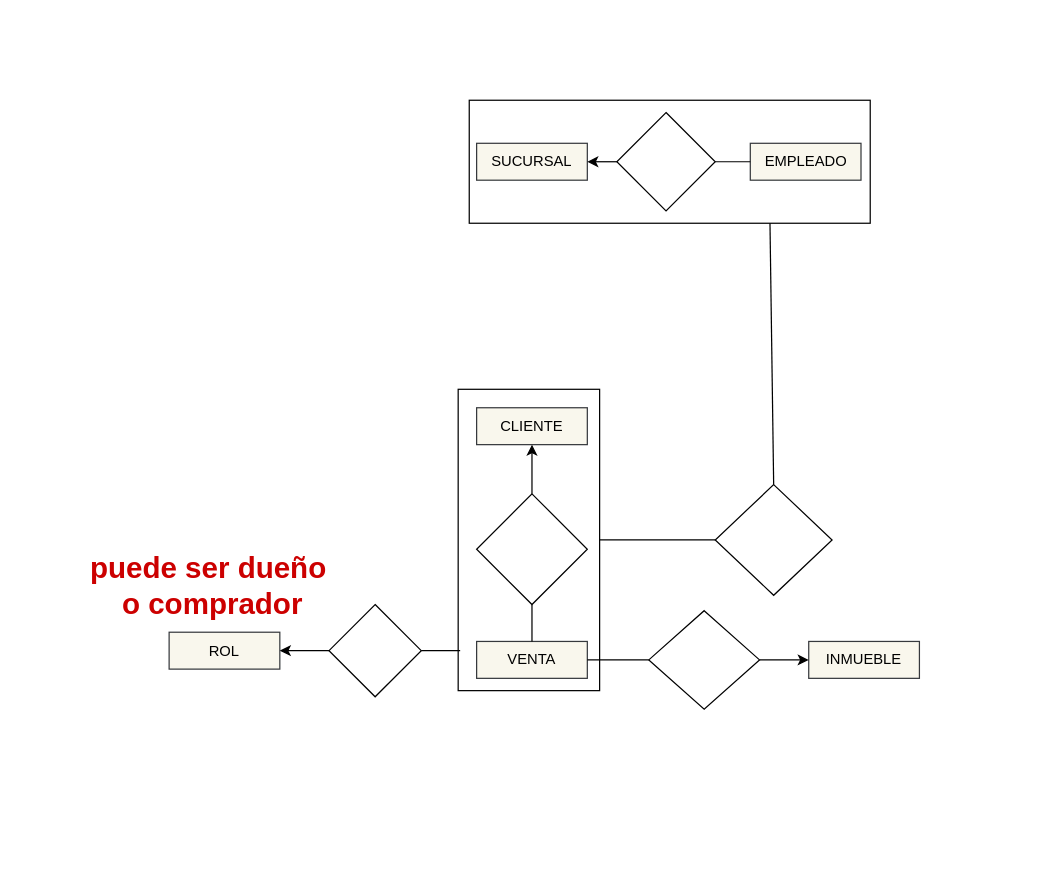
Above: INMUEBLE.drawio in hachazo/db-Tp1 (draw.io), before the change. Source tidied: cells renumbered, new cells numbered last; positions are measured from the earlier drawing's top-left corner, leaving out a move shared by most shapes. Both pictures are drawn from the tidied source at 123%, with x=0, y=0 at pixel (82, 100).
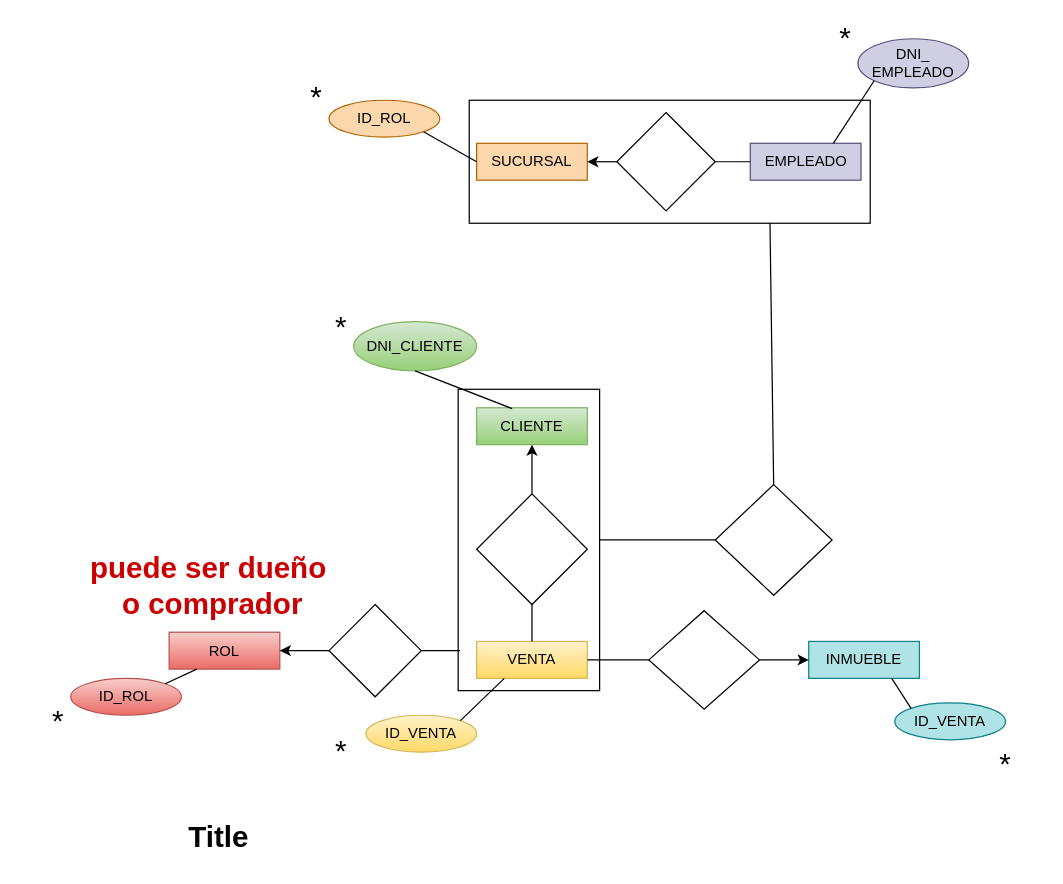
Above is the later version.

The edit, as a diff of the source:
```diff
@@
-    <mxCell id="4" value="&lt;font color=&quot;#000000&quot;&gt;CLIENTE&lt;/font&gt;" style="rounded=0;whiteSpace=wrap;html=1;fillColor=#f9f7ed;strokeColor=#36393d;" parent="1" vertex="1">
+    <mxCell id="4" value="&lt;font color=&quot;#000000&quot;&gt;CLIENTE&lt;/font&gt;" style="rounded=0;whiteSpace=wrap;html=1;fillColor=#d5e8d4;strokeColor=#82b366;gradientColor=#97d077;" parent="1" vertex="1">
       <mxGeometry x="320" y="250" width="90" height="30" as="geometry" />
     </mxCell>
-    <mxCell id="5" value="&lt;font color=&quot;#000000&quot;&gt;VENTA&lt;/font&gt;" style="rounded=0;whiteSpace=wrap;html=1;fillColor=#f9f7ed;strokeColor=#36393d;" parent="1" vertex="1">
+    <mxCell id="5" value="&lt;font color=&quot;#000000&quot;&gt;VENTA&lt;/font&gt;" style="rounded=0;whiteSpace=wrap;html=1;fillColor=#fff2cc;strokeColor=#d6b656;gradientColor=#ffd966;" parent="1" vertex="1">
       <mxGeometry x="320" y="440" width="90" height="30" as="geometry" />
     </mxCell>
@@
-    <mxCell id="9" value="&lt;font color=&quot;#000000&quot;&gt;INMUEBLE&lt;/font&gt;" style="rounded=0;whiteSpace=wrap;html=1;fillColor=#f9f7ed;strokeColor=#36393d;" parent="1" vertex="1">
+    <mxCell id="9" value="&lt;font color=&quot;#000000&quot;&gt;INMUEBLE&lt;/font&gt;" style="rounded=0;whiteSpace=wrap;html=1;fillColor=#b0e3e6;strokeColor=#0e8088;" parent="1" vertex="1">
       <mxGeometry x="590" y="440" width="90" height="30" as="geometry" />
     </mxCell>
@@
-    <mxCell id="12" value="&lt;font color=&quot;#000000&quot;&gt;EMPLEADO&lt;/font&gt;" style="rounded=0;whiteSpace=wrap;html=1;fillColor=#f9f7ed;strokeColor=#36393d;" parent="1" vertex="1">
+    <mxCell id="12" value="&lt;font color=&quot;#000000&quot;&gt;EMPLEADO&lt;/font&gt;" style="rounded=0;whiteSpace=wrap;html=1;fillColor=#d0cee2;strokeColor=#56517e;" parent="1" vertex="1">
       <mxGeometry x="542.5" y="35" width="90" height="30" as="geometry" />
     </mxCell>
-    <mxCell id="13" value="&lt;font color=&quot;#000000&quot;&gt;SUCURSAL&lt;/font&gt;" style="rounded=0;whiteSpace=wrap;html=1;fillColor=#f9f7ed;strokeColor=#36393d;" parent="1" vertex="1">
+    <mxCell id="13" value="&lt;font color=&quot;#000000&quot;&gt;SUCURSAL&lt;/font&gt;" style="rounded=0;whiteSpace=wrap;html=1;fillColor=#fad7ac;strokeColor=#b46504;" parent="1" vertex="1">
       <mxGeometry x="320" y="35" width="90" height="30" as="geometry" />
     </mxCell>
@@
-    <mxCell id="18" value="&lt;font color=&quot;#000000&quot;&gt;ROL&lt;/font&gt;" style="rounded=0;whiteSpace=wrap;html=1;fillColor=#f9f7ed;strokeColor=#36393d;" parent="1" vertex="1">
+    <mxCell id="18" value="&lt;font color=&quot;#000000&quot;&gt;ROL&lt;/font&gt;" style="rounded=0;whiteSpace=wrap;html=1;fillColor=#f8cecc;strokeColor=#b85450;gradientColor=#ea6b66;" parent="1" vertex="1">
       <mxGeometry x="70" y="432.5" width="90" height="30" as="geometry" />
     </mxCell>
@@
+    <mxCell id="26" value="Title" style="text;strokeColor=none;fillColor=none;html=1;fontSize=24;fontStyle=1;verticalAlign=middle;align=center;" parent="1" vertex="1">
+      <mxGeometry x="60" y="580" width="100" height="40" as="geometry" />
+    </mxCell>
+    <mxCell id="27" value="&lt;font color=&quot;#000000&quot;&gt;DNI_CLIENTE&lt;/font&gt;" style="ellipse;whiteSpace=wrap;html=1;fillColor=#d5e8d4;strokeColor=#82b366;gradientColor=#97d077;" parent="1" vertex="1">
+      <mxGeometry x="220" y="180" width="100" height="40" as="geometry" />
+    </mxCell>
+    <mxCell id="28" value="&lt;font style=&quot;font-size: 24px;&quot;&gt;*&lt;/font&gt;" style="text;html=1;align=center;verticalAlign=middle;whiteSpace=wrap;rounded=0;" parent="1" vertex="1">
+      <mxGeometry x="180" y="170" width="60" height="30" as="geometry" />
+    </mxCell>
+    <mxCell id="29" style="endArrow=none;html=1;rounded=0;entryX=0.5;entryY=1;entryDx=0;entryDy=0;exitX=0.32;exitY=0.022;exitDx=0;exitDy=0;exitPerimeter=0;" parent="1" edge="1" source="4" target="27">
+      <mxGeometry relative="1" as="geometry" />
+    </mxCell>
+    <mxCell id="30" value="&lt;font color=&quot;#000000&quot;&gt;ID_VENTA&lt;/font&gt;" style="ellipse;whiteSpace=wrap;html=1;fillColor=#fff2cc;strokeColor=#d6b656;gradientColor=#ffd966;" parent="1" vertex="1">
+      <mxGeometry x="230" y="500" width="90" height="30" as="geometry" />
+    </mxCell>
+    <mxCell id="31" value="&lt;font style=&quot;font-size: 24px;&quot;&gt;*&lt;/font&gt;" style="text;html=1;align=center;verticalAlign=middle;whiteSpace=wrap;rounded=0;" parent="1" vertex="1">
+      <mxGeometry x="180" y="520" width="60" height="20" as="geometry" />
+    </mxCell>
+    <mxCell id="32" style="endArrow=none;html=1;rounded=0;exitX=1;exitY=0;exitDx=0;exitDy=0;entryX=0.25;entryY=1;entryDx=0;entryDy=0;" parent="1" edge="1" source="30" target="5">
+      <mxGeometry relative="1" as="geometry" />
+    </mxCell>
+    <mxCell id="33" value="&lt;font color=&quot;#000000&quot;&gt;ID_ROL&lt;/font&gt;" style="ellipse;whiteSpace=wrap;html=1;fillColor=#f8cecc;strokeColor=#b85450;gradientColor=#ea6b66;" parent="1" vertex="1">
+      <mxGeometry x="-10" y="470" width="90" height="30" as="geometry" />
+    </mxCell>
+    <mxCell id="34" value="&lt;font style=&quot;font-size: 24px;&quot;&gt;*&lt;/font&gt;" style="text;html=1;align=center;verticalAlign=middle;whiteSpace=wrap;rounded=0;" parent="1" vertex="1">
+      <mxGeometry x="-50" y="495" width="60" height="20" as="geometry" />
+    </mxCell>
+    <mxCell id="35" style="endArrow=none;html=1;rounded=0;entryX=0.25;entryY=1;entryDx=0;entryDy=0;exitX=1;exitY=0;exitDx=0;exitDy=0;" parent="1" edge="1" source="33" target="18">
+      <mxGeometry relative="1" as="geometry" />
+    </mxCell>
+    <mxCell id="36" value="&lt;font color=&quot;#000000&quot;&gt;ID_VENTA&lt;/font&gt;" style="ellipse;whiteSpace=wrap;html=1;fillColor=#b0e3e6;strokeColor=#0e8088;" parent="1" vertex="1">
+      <mxGeometry x="660" y="490" width="90" height="30" as="geometry" />
+    </mxCell>
+    <mxCell id="37" value="&lt;font style=&quot;font-size: 24px;&quot;&gt;*&lt;/font&gt;" style="text;html=1;align=center;verticalAlign=middle;whiteSpace=wrap;rounded=0;" parent="1" vertex="1">
+      <mxGeometry x="720" y="530" width="60" height="20" as="geometry" />
+    </mxCell>
+    <mxCell id="38" style="endArrow=none;html=1;rounded=0;entryX=0.75;entryY=1;entryDx=0;entryDy=0;exitX=0;exitY=0;exitDx=0;exitDy=0;" parent="1" edge="1" source="36" target="9">
+      <mxGeometry relative="1" as="geometry" />
+    </mxCell>
+    <mxCell id="39" value="&lt;font color=&quot;#000000&quot;&gt;DNI_&lt;/font&gt;&lt;div&gt;&lt;font color=&quot;#000000&quot;&gt;EMPLEADO&lt;/font&gt;&lt;/div&gt;" style="ellipse;whiteSpace=wrap;html=1;fillColor=#d0cee2;strokeColor=#56517e;" parent="1" vertex="1">
+      <mxGeometry x="630" y="-50" width="90" height="40" as="geometry" />
+    </mxCell>
+    <mxCell id="40" style="endArrow=none;html=1;rounded=0;entryX=0;entryY=1;entryDx=0;entryDy=0;exitX=0.75;exitY=0;exitDx=0;exitDy=0;" parent="1" edge="1" source="12" target="39">
+      <mxGeometry relative="1" as="geometry" />
+    </mxCell>
+    <mxCell id="41" value="&lt;font style=&quot;font-size: 24px;&quot;&gt;*&lt;/font&gt;" style="text;html=1;align=center;verticalAlign=middle;whiteSpace=wrap;rounded=0;" parent="1" vertex="1">
+      <mxGeometry x="590" y="-60" width="60" height="20" as="geometry" />
+    </mxCell>
+    <mxCell id="42" value="&lt;font color=&quot;#000000&quot;&gt;ID_ROL&lt;/font&gt;" style="ellipse;whiteSpace=wrap;html=1;fillColor=#fad7ac;strokeColor=#b46504;" parent="1" vertex="1">
+      <mxGeometry x="200" width="90" height="30" as="geometry" />
+    </mxCell>
+    <mxCell id="43" value="&lt;font style=&quot;font-size: 24px;&quot;&gt;*&lt;/font&gt;" style="text;html=1;align=center;verticalAlign=middle;whiteSpace=wrap;rounded=0;" parent="1" vertex="1">
+      <mxGeometry x="180" y="-20" width="20" height="35" as="geometry" />
+    </mxCell>
+    <mxCell id="44" style="endArrow=none;html=1;rounded=0;exitX=0;exitY=0.5;exitDx=0;exitDy=0;entryX=1;entryY=1;entryDx=0;entryDy=0;" parent="1" edge="1" source="13" target="42">
+      <mxGeometry relative="1" as="geometry" />
+    </mxCell>
```
